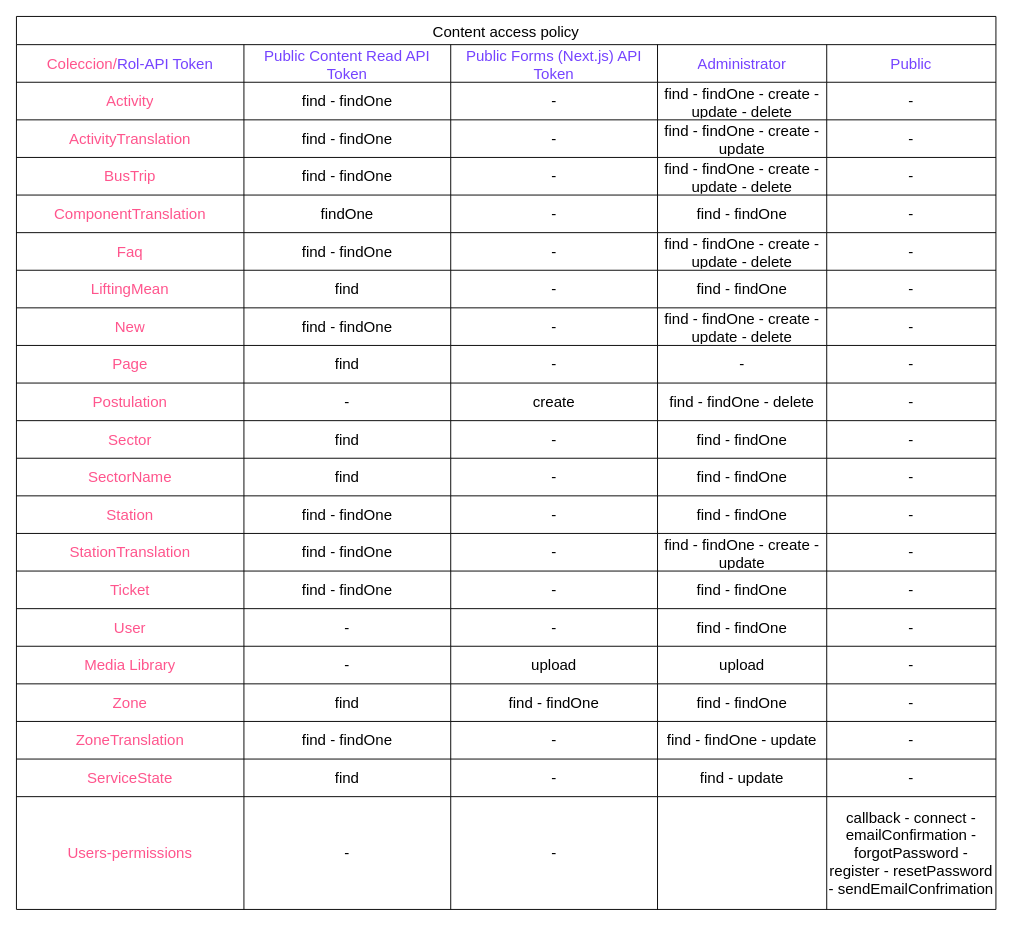
Before: public/CAP.drawio in TelefericoCerroOtto/TelefericoBariloche2024, a draw.io diagram. Source tidied: cells renumbered, new cells numbered last; positions are measured from the earlier drawing's top-left corner, leaving out a move shared by most shapes. Both pictures are drawn from the tidied source at 94%, with x=0, y=0 at pixel (16, 16).
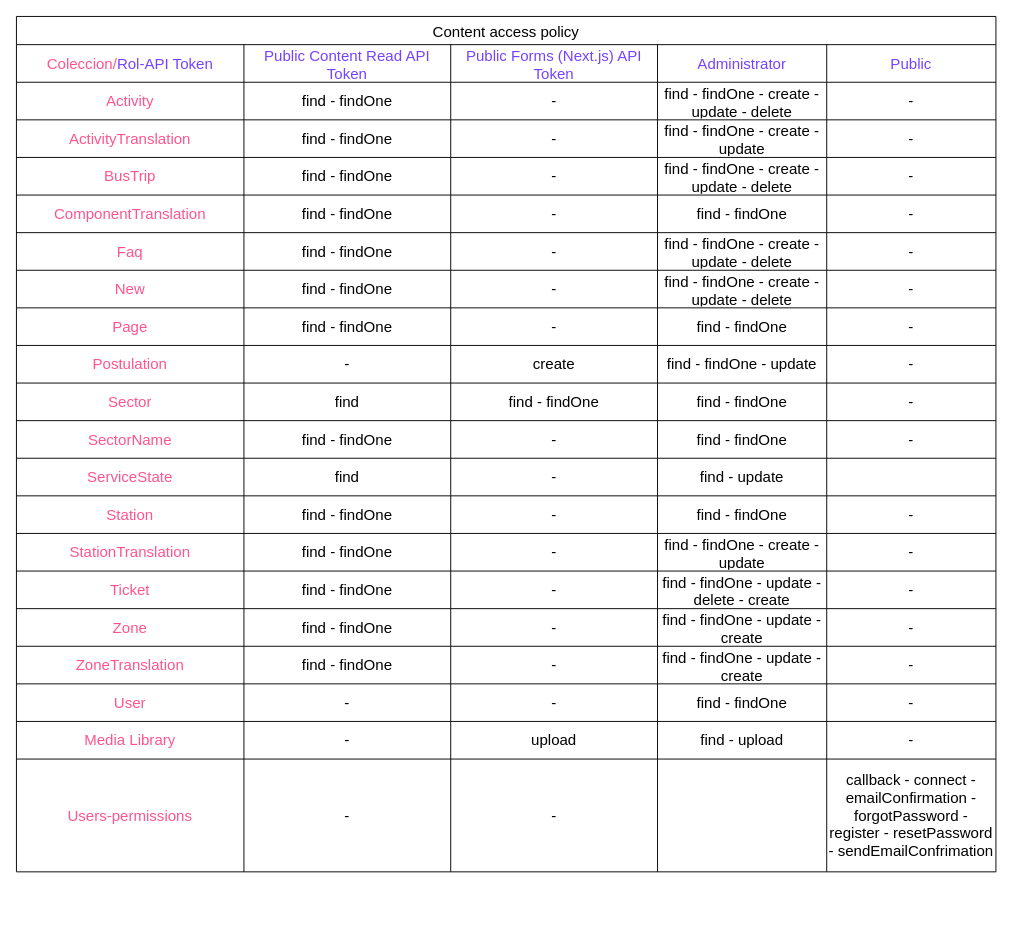
After the change.

Commit message:
feat(root/diagrams): update CAP diagram

Unchanged cells that the change refers to:
```xml
<mxCell id="27" style="shape=tableRow;horizontal=0;startSize=0;swimlaneHead=0;swimlaneBody=0;strokeColor=inherit;top=0;left=0;bottom=0;right=0;fillColor=none;fontSize=16;" parent="2" vertex="1">
  <mxGeometry y="190" width="1042" height="40" as="geometry" />
</mxCell>
<mxCell id="87" style="shape=tableRow;horizontal=0;startSize=0;swimlaneHead=0;swimlaneBody=0;strokeColor=inherit;top=0;left=0;bottom=0;right=0;fillColor=none;fontSize=16;" parent="2" vertex="1">
  <mxGeometry y="590" width="1042" height="40" as="geometry" />
</mxCell>
```

The edit, as a diff of the source:
```diff
@@
     <mxCell id="2" value="Content access policy" style="shape=table;startSize=30;childLayout=tableLayout;strokeColor=default;fontSize=16;" parent="1" vertex="1">
-      <mxGeometry width="1042" height="950" as="geometry" />
+      <mxGeometry width="1042" height="910" as="geometry" />
     </mxCell>
@@
-    <mxCell id="29" value="findOne" style="shape=partialRectangle;html=1;whiteSpace=wrap;strokeColor=inherit;overflow=hidden;fillColor=none;top=0;left=0;bottom=0;right=0;fontSize=16;" parent="27" vertex="1">
+    <mxCell id="29" value="find - findOne" style="shape=partialRectangle;html=1;whiteSpace=wrap;strokeColor=inherit;overflow=hidden;fillColor=none;top=0;left=0;bottom=0;right=0;fontSize=16;" parent="27" vertex="1">
       <mxGeometry x="242" width="220" height="40" as="geometry" />
     </mxCell>
@@
-    <mxCell id="39" style="shape=tableRow;horizontal=0;startSize=0;swimlaneHead=0;swimlaneBody=0;strokeColor=inherit;top=0;left=0;bottom=0;right=0;fillColor=none;fontSize=16;" parent="2" vertex="1">
-      <mxGeometry y="270" width="1042" height="40" as="geometry" />
-    </mxCell>
-    <mxCell id="40" value="LiftingMean" style="shape=partialRectangle;html=1;whiteSpace=wrap;strokeColor=inherit;overflow=hidden;fillColor=none;top=0;left=0;bottom=0;right=0;fontSize=16;fontColor=#FF558D;" parent="39" vertex="1">
-      <mxGeometry width="242" height="40" as="geometry" />
-    </mxCell>
-    <mxCell id="41" value="find" style="shape=partialRectangle;html=1;whiteSpace=wrap;strokeColor=inherit;overflow=hidden;fillColor=none;top=0;left=0;bottom=0;right=0;fontSize=16;" parent="39" vertex="1">
-      <mxGeometry x="242" width="220" height="40" as="geometry" />
-    </mxCell>
-    <mxCell id="42" value="-" style="shape=partialRectangle;html=1;whiteSpace=wrap;strokeColor=inherit;overflow=hidden;fillColor=none;top=0;left=0;bottom=0;right=0;fontSize=16;" parent="39" vertex="1">
-      <mxGeometry x="462" width="220" height="40" as="geometry" />
-    </mxCell>
-    <mxCell id="43" value="find - findOne" style="shape=partialRectangle;html=1;whiteSpace=wrap;strokeColor=inherit;overflow=hidden;fillColor=none;top=0;left=0;bottom=0;right=0;fontSize=16;" parent="39" vertex="1">
-      <mxGeometry x="682" width="180" height="40" as="geometry" />
-    </mxCell>
-    <mxCell id="44" value="-" style="shape=partialRectangle;html=1;whiteSpace=wrap;strokeColor=inherit;overflow=hidden;fillColor=none;top=0;left=0;bottom=0;right=0;fontSize=16;" parent="39" vertex="1">
-      <mxGeometry x="862" width="180" height="40" as="geometry" />
-    </mxCell>
     <mxCell id="45" style="shape=tableRow;horizontal=0;startSize=0;swimlaneHead=0;swimlaneBody=0;strokeColor=inherit;top=0;left=0;bottom=0;right=0;fillColor=none;fontSize=16;" parent="2" vertex="1">
-      <mxGeometry y="310" width="1042" height="40" as="geometry" />
+      <mxGeometry y="270" width="1042" height="40" as="geometry" />
     </mxCell>
@@
     <mxCell id="51" style="shape=tableRow;horizontal=0;startSize=0;swimlaneHead=0;swimlaneBody=0;strokeColor=inherit;top=0;left=0;bottom=0;right=0;fillColor=none;fontSize=16;" parent="2" vertex="1">
-      <mxGeometry y="350" width="1042" height="40" as="geometry" />
+      <mxGeometry y="310" width="1042" height="40" as="geometry" />
     </mxCell>
@@
-    <mxCell id="53" value="find" style="shape=partialRectangle;html=1;whiteSpace=wrap;strokeColor=inherit;overflow=hidden;fillColor=none;top=0;left=0;bottom=0;right=0;fontSize=16;" parent="51" vertex="1">
+    <mxCell id="53" value="find - findOne" style="shape=partialRectangle;html=1;whiteSpace=wrap;strokeColor=inherit;overflow=hidden;fillColor=none;top=0;left=0;bottom=0;right=0;fontSize=16;" parent="51" vertex="1">
       <mxGeometry x="242" width="220" height="40" as="geometry" />
     </mxCell>
@@
-    <mxCell id="55" value="-" style="shape=partialRectangle;html=1;whiteSpace=wrap;strokeColor=inherit;overflow=hidden;fillColor=none;top=0;left=0;bottom=0;right=0;fontSize=16;" parent="51" vertex="1">
+    <mxCell id="55" value="find - findOne" style="shape=partialRectangle;html=1;whiteSpace=wrap;strokeColor=inherit;overflow=hidden;fillColor=none;top=0;left=0;bottom=0;right=0;fontSize=16;" parent="51" vertex="1">
       <mxGeometry x="682" width="180" height="40" as="geometry" />
     </mxCell>
@@
     <mxCell id="57" style="shape=tableRow;horizontal=0;startSize=0;swimlaneHead=0;swimlaneBody=0;strokeColor=inherit;top=0;left=0;bottom=0;right=0;fillColor=none;fontSize=16;" parent="2" vertex="1">
-      <mxGeometry y="390" width="1042" height="40" as="geometry" />
+      <mxGeometry y="350" width="1042" height="40" as="geometry" />
     </mxCell>
@@
-    <mxCell id="61" value="find - findOne - delete" style="shape=partialRectangle;html=1;whiteSpace=wrap;strokeColor=inherit;overflow=hidden;fillColor=none;top=0;left=0;bottom=0;right=0;fontSize=16;" parent="57" vertex="1">
+    <mxCell id="61" value="find - findOne - update" style="shape=partialRectangle;html=1;whiteSpace=wrap;strokeColor=inherit;overflow=hidden;fillColor=none;top=0;left=0;bottom=0;right=0;fontSize=16;" parent="57" vertex="1">
       <mxGeometry x="682" width="180" height="40" as="geometry" />
     </mxCell>
@@
     <mxCell id="63" style="shape=tableRow;horizontal=0;startSize=0;swimlaneHead=0;swimlaneBody=0;strokeColor=inherit;top=0;left=0;bottom=0;right=0;fillColor=none;fontSize=16;" parent="2" vertex="1">
-      <mxGeometry y="430" width="1042" height="40" as="geometry" />
+      <mxGeometry y="390" width="1042" height="40" as="geometry" />
     </mxCell>
@@
-    <mxCell id="66" value="-" style="shape=partialRectangle;html=1;whiteSpace=wrap;strokeColor=inherit;overflow=hidden;fillColor=none;top=0;left=0;bottom=0;right=0;fontSize=16;" parent="63" vertex="1">
+    <mxCell id="66" value="find - findOne" style="shape=partialRectangle;html=1;whiteSpace=wrap;strokeColor=inherit;overflow=hidden;fillColor=none;top=0;left=0;bottom=0;right=0;fontSize=16;" parent="63" vertex="1">
       <mxGeometry x="462" width="220" height="40" as="geometry" />
     </mxCell>
@@
     <mxCell id="69" style="shape=tableRow;horizontal=0;startSize=0;swimlaneHead=0;swimlaneBody=0;strokeColor=inherit;top=0;left=0;bottom=0;right=0;fillColor=none;fontSize=16;" parent="2" vertex="1">
-      <mxGeometry y="470" width="1042" height="40" as="geometry" />
+      <mxGeometry y="430" width="1042" height="40" as="geometry" />
     </mxCell>
@@
-    <mxCell id="71" value="find" style="shape=partialRectangle;html=1;whiteSpace=wrap;strokeColor=inherit;overflow=hidden;fillColor=none;top=0;left=0;bottom=0;right=0;fontSize=16;" parent="69" vertex="1">
+    <mxCell id="71" value="find - findOne" style="shape=partialRectangle;html=1;whiteSpace=wrap;strokeColor=inherit;overflow=hidden;fillColor=none;top=0;left=0;bottom=0;right=0;fontSize=16;" parent="69" vertex="1">
       <mxGeometry x="242" width="220" height="40" as="geometry" />
     </mxCell>
@@
+    <mxCell id="129" style="shape=tableRow;horizontal=0;startSize=0;swimlaneHead=0;swimlaneBody=0;strokeColor=inherit;top=0;left=0;bottom=0;right=0;fillColor=none;fontSize=16;" parent="2" vertex="1">
+      <mxGeometry y="470" width="1042" height="40" as="geometry" />
+    </mxCell>
+    <mxCell id="118" value="ServiceState" style="shape=partialRectangle;html=1;whiteSpace=wrap;strokeColor=inherit;overflow=hidden;fillColor=none;top=0;left=0;bottom=0;right=0;fontSize=16;fontColor=#FF558D;" parent="129" vertex="1">
+      <mxGeometry width="242" height="40" as="geometry" />
+    </mxCell>
+    <mxCell id="130" value="find" style="shape=partialRectangle;html=1;whiteSpace=wrap;strokeColor=inherit;overflow=hidden;fillColor=none;top=0;left=0;bottom=0;right=0;fontSize=16;" parent="129" vertex="1">
+      <mxGeometry x="242" width="220" height="40" as="geometry" />
+    </mxCell>
+    <mxCell id="131" value="-" style="shape=partialRectangle;html=1;whiteSpace=wrap;strokeColor=inherit;overflow=hidden;fillColor=none;top=0;left=0;bottom=0;right=0;fontSize=16;" parent="129" vertex="1">
+      <mxGeometry x="462" width="220" height="40" as="geometry" />
+    </mxCell>
+    <mxCell id="121" value="find - update" style="shape=partialRectangle;html=1;whiteSpace=wrap;strokeColor=inherit;overflow=hidden;fillColor=none;top=0;left=0;bottom=0;right=0;fontSize=16;" parent="129" vertex="1">
+      <mxGeometry x="682" width="180" height="40" as="geometry" />
+    </mxCell>
+    <mxCell id="132" style="shape=partialRectangle;html=1;whiteSpace=wrap;strokeColor=inherit;overflow=hidden;fillColor=none;top=0;left=0;bottom=0;right=0;fontSize=16;" parent="129" vertex="1">
+      <mxGeometry x="862" width="180" height="40" as="geometry" />
+    </mxCell>
@@
-    <mxCell id="91" value="find - findOne" style="shape=partialRectangle;html=1;whiteSpace=wrap;strokeColor=inherit;overflow=hidden;fillColor=none;top=0;left=0;bottom=0;right=0;fontSize=16;" parent="87" vertex="1">
+    <mxCell id="91" value="find - findOne - update - delete - create" style="shape=partialRectangle;html=1;whiteSpace=wrap;strokeColor=inherit;overflow=hidden;fillColor=none;top=0;left=0;bottom=0;right=0;fontSize=16;" parent="87" vertex="1">
       <mxGeometry x="682" width="180" height="40" as="geometry" />
     </mxCell>
@@
+    <mxCell id="105" style="shape=tableRow;horizontal=0;startSize=0;swimlaneHead=0;swimlaneBody=0;strokeColor=inherit;top=0;left=0;bottom=0;right=0;fillColor=none;fontSize=16;" parent="2" vertex="1">
+      <mxGeometry y="630" width="1042" height="40" as="geometry" />
+    </mxCell>
+    <mxCell id="106" value="Zone" style="shape=partialRectangle;html=1;whiteSpace=wrap;strokeColor=inherit;overflow=hidden;fillColor=none;top=0;left=0;bottom=0;right=0;fontSize=16;fontColor=#FF558D;" parent="105" vertex="1">
+      <mxGeometry width="242" height="40" as="geometry" />
+    </mxCell>
+    <mxCell id="107" value="find - findOne" style="shape=partialRectangle;html=1;whiteSpace=wrap;strokeColor=inherit;overflow=hidden;fillColor=none;top=0;left=0;bottom=0;right=0;fontSize=16;" parent="105" vertex="1">
+      <mxGeometry x="242" width="220" height="40" as="geometry" />
+    </mxCell>
+    <mxCell id="108" value="-" style="shape=partialRectangle;html=1;whiteSpace=wrap;strokeColor=inherit;overflow=hidden;fillColor=none;top=0;left=0;bottom=0;right=0;fontSize=16;" parent="105" vertex="1">
+      <mxGeometry x="462" width="220" height="40" as="geometry" />
+    </mxCell>
+    <mxCell id="109" value="find - findOne - update - create" style="shape=partialRectangle;html=1;whiteSpace=wrap;strokeColor=inherit;overflow=hidden;fillColor=none;top=0;left=0;bottom=0;right=0;fontSize=16;" parent="105" vertex="1">
+      <mxGeometry x="682" width="180" height="40" as="geometry" />
+    </mxCell>
+    <mxCell id="110" value="-" style="shape=partialRectangle;html=1;whiteSpace=wrap;strokeColor=inherit;overflow=hidden;fillColor=none;top=0;left=0;bottom=0;right=0;fontSize=16;" parent="105" vertex="1">
+      <mxGeometry x="862" width="180" height="40" as="geometry" />
+    </mxCell>
+    <mxCell id="111" style="shape=tableRow;horizontal=0;startSize=0;swimlaneHead=0;swimlaneBody=0;strokeColor=inherit;top=0;left=0;bottom=0;right=0;fillColor=none;fontSize=16;" parent="2" vertex="1">
+      <mxGeometry y="670" width="1042" height="40" as="geometry" />
+    </mxCell>
+    <mxCell id="112" value="ZoneTranslation" style="shape=partialRectangle;html=1;whiteSpace=wrap;strokeColor=inherit;overflow=hidden;fillColor=none;top=0;left=0;bottom=0;right=0;fontSize=16;fontColor=#FF558D;" parent="111" vertex="1">
+      <mxGeometry width="242" height="40" as="geometry" />
+    </mxCell>
+    <mxCell id="113" value="find - findOne" style="shape=partialRectangle;html=1;whiteSpace=wrap;strokeColor=inherit;overflow=hidden;fillColor=none;top=0;left=0;bottom=0;right=0;fontSize=16;" parent="111" vertex="1">
+      <mxGeometry x="242" width="220" height="40" as="geometry" />
+    </mxCell>
+    <mxCell id="114" value="-" style="shape=partialRectangle;html=1;whiteSpace=wrap;strokeColor=inherit;overflow=hidden;fillColor=none;top=0;left=0;bottom=0;right=0;fontSize=16;" parent="111" vertex="1">
+      <mxGeometry x="462" width="220" height="40" as="geometry" />
+    </mxCell>
+    <mxCell id="115" value="find - findOne - update - create" style="shape=partialRectangle;html=1;whiteSpace=wrap;strokeColor=inherit;overflow=hidden;fillColor=none;top=0;left=0;bottom=0;right=0;fontSize=16;" parent="111" vertex="1">
+      <mxGeometry x="682" width="180" height="40" as="geometry" />
+    </mxCell>
+    <mxCell id="116" value="-" style="shape=partialRectangle;html=1;whiteSpace=wrap;strokeColor=inherit;overflow=hidden;fillColor=none;top=0;left=0;bottom=0;right=0;fontSize=16;" parent="111" vertex="1">
+      <mxGeometry x="862" width="180" height="40" as="geometry" />
+    </mxCell>
     <mxCell id="93" style="shape=tableRow;horizontal=0;startSize=0;swimlaneHead=0;swimlaneBody=0;strokeColor=inherit;top=0;left=0;bottom=0;right=0;fillColor=none;fontSize=16;" parent="2" vertex="1">
-      <mxGeometry y="630" width="1042" height="40" as="geometry" />
+      <mxGeometry y="710" width="1042" height="40" as="geometry" />
     </mxCell>
@@
     <mxCell id="99" style="shape=tableRow;horizontal=0;startSize=0;swimlaneHead=0;swimlaneBody=0;strokeColor=inherit;top=0;left=0;bottom=0;right=0;fillColor=none;fontSize=16;" parent="2" vertex="1">
-      <mxGeometry y="670" width="1042" height="40" as="geometry" />
+      <mxGeometry y="750" width="1042" height="40" as="geometry" />
     </mxCell>
@@
-    <mxCell id="103" value="upload" style="shape=partialRectangle;html=1;whiteSpace=wrap;strokeColor=inherit;overflow=hidden;fillColor=none;top=0;left=0;bottom=0;right=0;fontSize=16;" parent="99" vertex="1">
+    <mxCell id="103" value="find - upload" style="shape=partialRectangle;html=1;whiteSpace=wrap;strokeColor=inherit;overflow=hidden;fillColor=none;top=0;left=0;bottom=0;right=0;fontSize=16;" parent="99" vertex="1">
       <mxGeometry x="682" width="180" height="40" as="geometry" />
     </mxCell>
@@
-    <mxCell id="105" style="shape=tableRow;horizontal=0;startSize=0;swimlaneHead=0;swimlaneBody=0;strokeColor=inherit;top=0;left=0;bottom=0;right=0;fillColor=none;fontSize=16;" parent="2" vertex="1">
-      <mxGeometry y="710" width="1042" height="40" as="geometry" />
-    </mxCell>
-    <mxCell id="106" value="Zone" style="shape=partialRectangle;html=1;whiteSpace=wrap;strokeColor=inherit;overflow=hidden;fillColor=none;top=0;left=0;bottom=0;right=0;fontSize=16;fontColor=#FF558D;" parent="105" vertex="1">
-      <mxGeometry width="242" height="40" as="geometry" />
-    </mxCell>
-    <mxCell id="107" value="find" style="shape=partialRectangle;html=1;whiteSpace=wrap;strokeColor=inherit;overflow=hidden;fillColor=none;top=0;left=0;bottom=0;right=0;fontSize=16;" parent="105" vertex="1">
-      <mxGeometry x="242" width="220" height="40" as="geometry" />
-    </mxCell>
-    <mxCell id="108" value="find - findOne" style="shape=partialRectangle;html=1;whiteSpace=wrap;strokeColor=inherit;overflow=hidden;fillColor=none;top=0;left=0;bottom=0;right=0;fontSize=16;" parent="105" vertex="1">
-      <mxGeometry x="462" width="220" height="40" as="geometry" />
-    </mxCell>
-    <mxCell id="109" value="find - findOne" style="shape=partialRectangle;html=1;whiteSpace=wrap;strokeColor=inherit;overflow=hidden;fillColor=none;top=0;left=0;bottom=0;right=0;fontSize=16;" parent="105" vertex="1">
-      <mxGeometry x="682" width="180" height="40" as="geometry" />
-    </mxCell>
-    <mxCell id="110" value="-" style="shape=partialRectangle;html=1;whiteSpace=wrap;strokeColor=inherit;overflow=hidden;fillColor=none;top=0;left=0;bottom=0;right=0;fontSize=16;" parent="105" vertex="1">
-      <mxGeometry x="862" width="180" height="40" as="geometry" />
-    </mxCell>
-    <mxCell id="111" style="shape=tableRow;horizontal=0;startSize=0;swimlaneHead=0;swimlaneBody=0;strokeColor=inherit;top=0;left=0;bottom=0;right=0;fillColor=none;fontSize=16;" parent="2" vertex="1">
-      <mxGeometry y="750" width="1042" height="40" as="geometry" />
-    </mxCell>
-    <mxCell id="112" value="ZoneTranslation" style="shape=partialRectangle;html=1;whiteSpace=wrap;strokeColor=inherit;overflow=hidden;fillColor=none;top=0;left=0;bottom=0;right=0;fontSize=16;fontColor=#FF558D;" parent="111" vertex="1">
-      <mxGeometry width="242" height="40" as="geometry" />
-    </mxCell>
-    <mxCell id="113" value="find - findOne" style="shape=partialRectangle;html=1;whiteSpace=wrap;strokeColor=inherit;overflow=hidden;fillColor=none;top=0;left=0;bottom=0;right=0;fontSize=16;" parent="111" vertex="1">
-      <mxGeometry x="242" width="220" height="40" as="geometry" />
-    </mxCell>
-    <mxCell id="114" value="-" style="shape=partialRectangle;html=1;whiteSpace=wrap;strokeColor=inherit;overflow=hidden;fillColor=none;top=0;left=0;bottom=0;right=0;fontSize=16;" parent="111" vertex="1">
-      <mxGeometry x="462" width="220" height="40" as="geometry" />
-    </mxCell>
-    <mxCell id="115" value="find - findOne - update" style="shape=partialRectangle;html=1;whiteSpace=wrap;strokeColor=inherit;overflow=hidden;fillColor=none;top=0;left=0;bottom=0;right=0;fontSize=16;" parent="111" vertex="1">
-      <mxGeometry x="682" width="180" height="40" as="geometry" />
-    </mxCell>
-    <mxCell id="116" value="-" style="shape=partialRectangle;html=1;whiteSpace=wrap;strokeColor=inherit;overflow=hidden;fillColor=none;top=0;left=0;bottom=0;right=0;fontSize=16;" parent="111" vertex="1">
-      <mxGeometry x="862" width="180" height="40" as="geometry" />
-    </mxCell>
-    <mxCell id="117" style="shape=tableRow;horizontal=0;startSize=0;swimlaneHead=0;swimlaneBody=0;strokeColor=inherit;top=0;left=0;bottom=0;right=0;fillColor=none;fontSize=16;" parent="2" vertex="1">
-      <mxGeometry y="790" width="1042" height="40" as="geometry" />
-    </mxCell>
-    <mxCell id="118" value="ServiceState" style="shape=partialRectangle;html=1;whiteSpace=wrap;strokeColor=inherit;overflow=hidden;fillColor=none;top=0;left=0;bottom=0;right=0;fontSize=16;fontColor=#FF558D;" parent="117" vertex="1">
-      <mxGeometry width="242" height="40" as="geometry" />
-    </mxCell>
-    <mxCell id="119" value="find" style="shape=partialRectangle;html=1;whiteSpace=wrap;strokeColor=inherit;overflow=hidden;fillColor=none;top=0;left=0;bottom=0;right=0;fontSize=16;" parent="117" vertex="1">
-      <mxGeometry x="242" width="220" height="40" as="geometry" />
-    </mxCell>
-    <mxCell id="120" value="-" style="shape=partialRectangle;html=1;whiteSpace=wrap;strokeColor=inherit;overflow=hidden;fillColor=none;top=0;left=0;bottom=0;right=0;fontSize=16;" parent="117" vertex="1">
-      <mxGeometry x="462" width="220" height="40" as="geometry" />
-    </mxCell>
-    <mxCell id="121" value="find - update" style="shape=partialRectangle;html=1;whiteSpace=wrap;strokeColor=inherit;overflow=hidden;fillColor=none;top=0;left=0;bottom=0;right=0;fontSize=16;" parent="117" vertex="1">
-      <mxGeometry x="682" width="180" height="40" as="geometry" />
-    </mxCell>
-    <mxCell id="122" value="-" style="shape=partialRectangle;html=1;whiteSpace=wrap;strokeColor=inherit;overflow=hidden;fillColor=none;top=0;left=0;bottom=0;right=0;fontSize=16;" parent="117" vertex="1">
-      <mxGeometry x="862" width="180" height="40" as="geometry" />
-    </mxCell>
     <mxCell id="123" style="shape=tableRow;horizontal=0;startSize=0;swimlaneHead=0;swimlaneBody=0;strokeColor=inherit;top=0;left=0;bottom=0;right=0;fillColor=none;fontSize=16;" parent="2" vertex="1">
-      <mxGeometry y="830" width="1042" height="120" as="geometry" />
+      <mxGeometry y="790" width="1042" height="120" as="geometry" />
     </mxCell>
```
